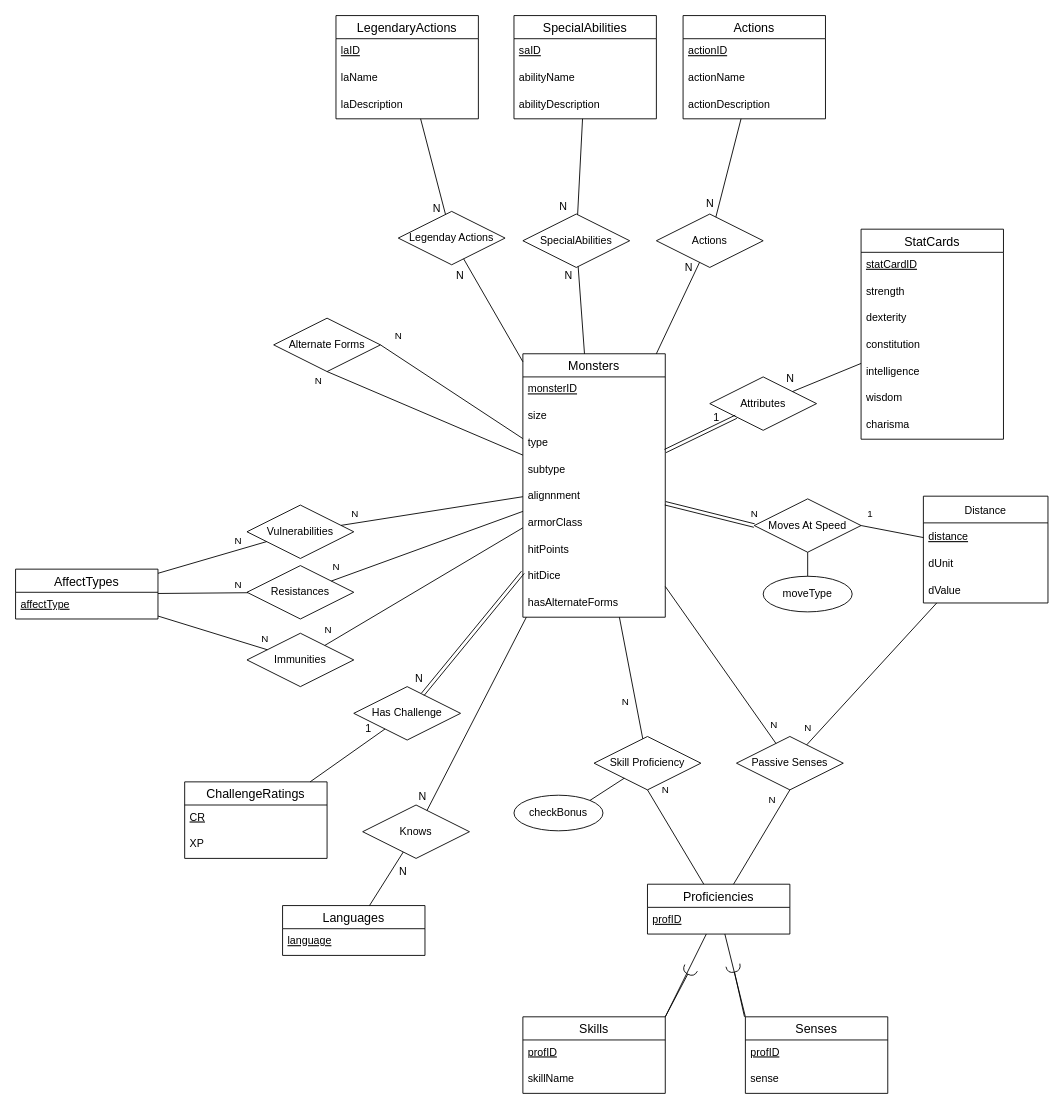
The draw.io diagram page "MonsterER" (2 of 2) of A6.drawio in JaysonMendoza/comp3005a6, before the edit. Source tidied: cells renumbered, new cells numbered last; positions are measured from the earlier drawing's top-left corner, leaving out a move shared by most shapes. Both pictures are drawn from the tidied source at 89%, with x=0, y=0 at pixel (15, 15).
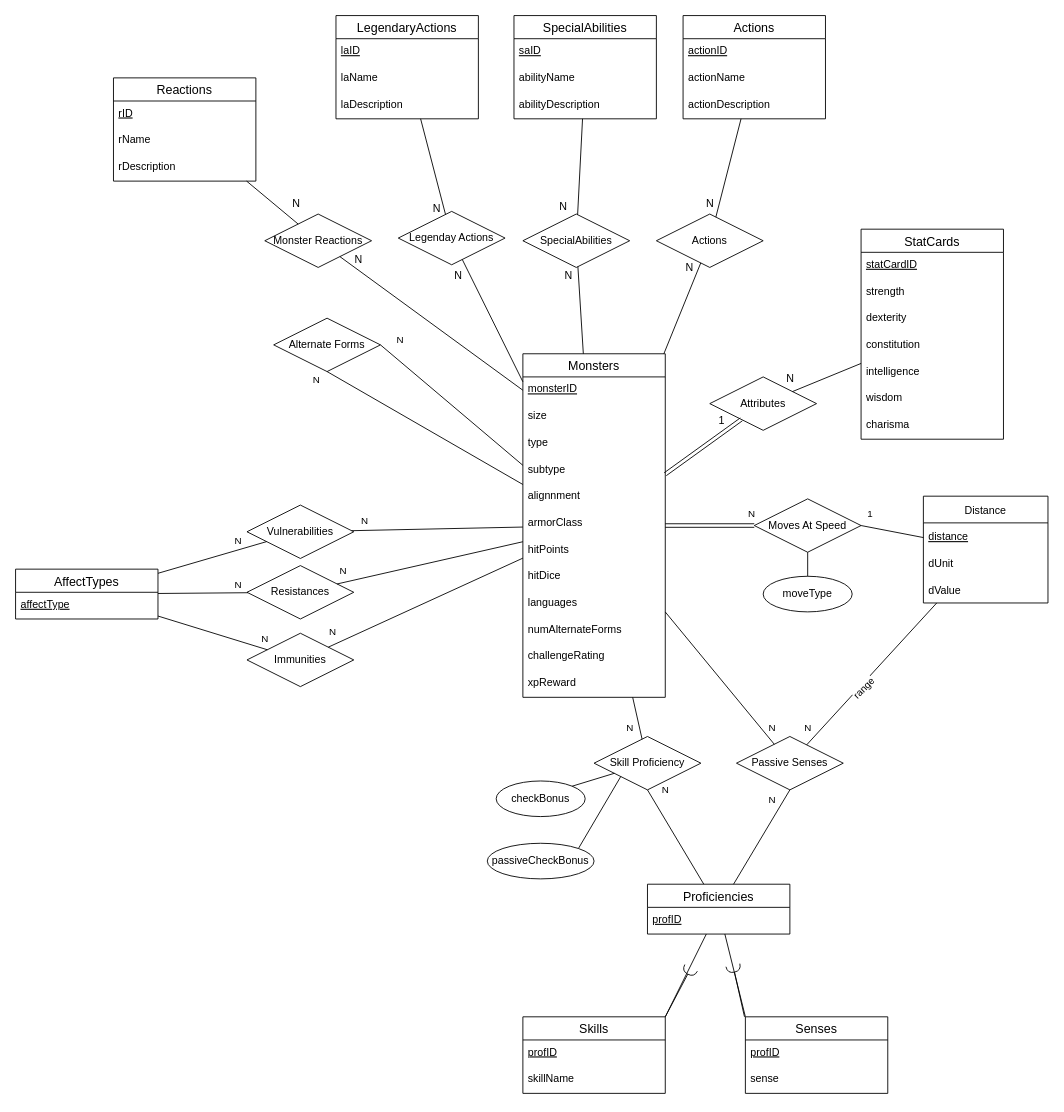
The same page after the edit.

The change refers to these unchanged cells:
```xml
<mxCell id="5" value="monsterID" style="text;strokeColor=none;fillColor=none;spacingLeft=4;spacingRight=4;overflow=hidden;points=[[0,0.5],[1,0.5]];portConstraint=eastwest;fontSize=12;fontStyle=4;" parent="4" vertex="1">
  <mxGeometry y="26" width="160" height="30" as="geometry" />
</mxCell>
<mxCell id="59" value="Skill Proficiency" style="shape=rhombus;perimeter=rhombusPerimeter;whiteSpace=wrap;html=1;align=center;" parent="1" vertex="1">
  <mxGeometry x="650" y="810" width="120" height="60" as="geometry" />
</mxCell>
<mxCell id="65" value="N" style="endArrow=none;html=1;rounded=0;" parent="1" edge="1" source="60" target="14">
  <mxGeometry x="-0.86" y="12" relative="1" as="geometry" />
</mxCell>
```

Diff of the diagram source:
```diff
@@
     <mxCell id="4" value="Monsters" style="swimlane;fontStyle=0;horizontal=1;startSize=26;align=center;fontSize=14;" parent="1" vertex="1">
-      <mxGeometry x="570" y="380" width="160" height="296" as="geometry" />
+      <mxGeometry x="570" y="380" width="160" height="386" as="geometry" />
     </mxCell>
@@
+    <mxCell id="112" value="languages" style="text;strokeColor=none;fillColor=none;spacingLeft=4;spacingRight=4;overflow=hidden;fontSize=12;" parent="4" vertex="1">
+      <mxGeometry y="266" width="160" height="30" as="geometry" />
+    </mxCell>
-    <mxCell id="13" value="hasAlternateForms" style="text;strokeColor=none;fillColor=none;spacingLeft=4;spacingRight=4;overflow=hidden;fontSize=12;" parent="4" vertex="1">
-      <mxGeometry y="266" width="160" height="30" as="geometry" />
+    <mxCell id="13" value="numAlternateForms" style="text;strokeColor=none;fillColor=none;spacingLeft=4;spacingRight=4;overflow=hidden;fontSize=12;" parent="4" vertex="1">
+      <mxGeometry y="296" width="160" height="30" as="geometry" />
     </mxCell>
+    <mxCell id="113" value="challengeRating" style="text;strokeColor=none;fillColor=none;spacingLeft=4;spacingRight=4;overflow=hidden;fontSize=12;" parent="4" vertex="1">
+      <mxGeometry y="326" width="160" height="30" as="geometry" />
+    </mxCell>
+    <mxCell id="114" value="xpReward" style="text;strokeColor=none;fillColor=none;spacingLeft=4;spacingRight=4;overflow=hidden;fontSize=12;" parent="4" vertex="1">
+      <mxGeometry y="356" width="160" height="30" as="geometry" />
+    </mxCell>
@@
-    <mxCell id="26" value="ChallengeRatings" style="swimlane;fontStyle=0;horizontal=1;startSize=26;align=center;fontSize=14;" parent="1" vertex="1">
-      <mxGeometry x="190" y="861" width="160" height="86" as="geometry" />
-    </mxCell>
-    <mxCell id="27" value="CR" style="text;strokeColor=none;fillColor=none;spacingLeft=4;spacingRight=4;overflow=hidden;fontSize=12;fontStyle=4;" parent="26" vertex="1">
-      <mxGeometry y="26" width="160" height="30" as="geometry" />
-    </mxCell>
-    <mxCell id="28" value="XP" style="text;strokeColor=none;fillColor=none;spacingLeft=4;spacingRight=4;overflow=hidden;fontSize=12;" parent="26" vertex="1">
-      <mxGeometry y="56" width="160" height="30" as="geometry" />
-    </mxCell>
@@
     <mxCell id="63" value="checkBonus" style="ellipse;whiteSpace=wrap;html=1;align=center;" parent="1" vertex="1">
-      <mxGeometry x="560" y="876" width="100" height="40" as="geometry" />
+      <mxGeometry x="540" y="860" width="100" height="40" as="geometry" />
     </mxCell>
@@
+    <mxCell id="115" value="range" style="edgeLabel;html=1;align=center;verticalAlign=middle;rotation=-45;" parent="65" vertex="1">
+      <mxGeometry x="-0.17" y="-4" relative="1" as="geometry" />
+    </mxCell>
@@
-    <mxCell id="77" value="Has Challenge" style="shape=rhombus;perimeter=rhombusPerimeter;whiteSpace=wrap;html=1;align=center;" parent="1" vertex="1">
-      <mxGeometry x="380" y="754" width="120" height="60" as="geometry" />
-    </mxCell>
-    <mxCell id="78" style="shape=link;html=1;rounded=0;startArrow=none;startFill=0;endArrow=classic;endFill=1;" parent="1" edge="1" source="4" target="77">
-      <mxGeometry relative="1" as="geometry" />
-    </mxCell>
-    <mxCell id="79" value="N" style="html=1;align=right;verticalAlign=bottom;" parent="78" vertex="1">
-      <mxGeometry x="1" relative="1" as="geometry">
-        <mxPoint y="-9" as="offset" />
-      </mxGeometry>
-    </mxCell>
-    <mxCell id="80" style="endArrow=none;html=1;rounded=0;" parent="1" edge="1" source="26" target="77">
-      <mxGeometry relative="1" as="geometry" />
-    </mxCell>
-    <mxCell id="81" value="1" style="html=1;align=right;verticalAlign=bottom;" parent="80" vertex="1">
-      <mxGeometry x="1" relative="1" as="geometry">
-        <mxPoint x="-15" y="8" as="offset" />
-      </mxGeometry>
-    </mxCell>
@@
-    <mxCell id="105" value="Languages" style="swimlane;fontStyle=0;horizontal=1;startSize=26;align=center;fontSize=14;" parent="1" vertex="1">
-      <mxGeometry x="300" y="1000" width="160" height="56" as="geometry" />
-    </mxCell>
-    <mxCell id="106" value="language" style="text;strokeColor=none;fillColor=none;spacingLeft=4;spacingRight=4;overflow=hidden;fontSize=12;fontStyle=4;" parent="105" vertex="1">
-      <mxGeometry y="26" width="160" height="30" as="geometry" />
-    </mxCell>
-    <mxCell id="107" value="Knows" style="shape=rhombus;perimeter=rhombusPerimeter;whiteSpace=wrap;html=1;align=center;" parent="1" vertex="1">
-      <mxGeometry x="390" y="887" width="120" height="60" as="geometry" />
-    </mxCell>
-    <mxCell id="108" style="endArrow=none;html=1;rounded=0;" parent="1" edge="1" source="4" target="107">
-      <mxGeometry relative="1" as="geometry" />
-    </mxCell>
-    <mxCell id="109" value="N" style="html=1;align=right;verticalAlign=bottom;" parent="108" vertex="1">
-      <mxGeometry x="1" relative="1" as="geometry">
-        <mxPoint y="-7" as="offset" />
-      </mxGeometry>
-    </mxCell>
-    <mxCell id="110" style="endArrow=none;html=1;rounded=0;" parent="1" edge="1" source="105" target="107">
-      <mxGeometry relative="1" as="geometry" />
-    </mxCell>
-    <mxCell id="111" value="N" style="html=1;align=right;verticalAlign=bottom;" parent="110" vertex="1">
-      <mxGeometry x="1" relative="1" as="geometry">
-        <mxPoint x="4" y="30" as="offset" />
-      </mxGeometry>
-    </mxCell>
+    <mxCell id="116" value="passiveCheckBonus" style="ellipse;whiteSpace=wrap;html=1;align=center;" parent="1" vertex="1">
+      <mxGeometry x="530" y="930" width="120" height="40" as="geometry" />
+    </mxCell>
+    <mxCell id="117" style="endArrow=none;html=1;rounded=0;entryX=1;entryY=0;entryDx=0;entryDy=0;exitX=0;exitY=1;exitDx=0;exitDy=0;" parent="1" edge="1" source="59" target="116">
+      <mxGeometry relative="1" as="geometry" />
+    </mxCell>
+    <mxCell id="118" value="Reactions" style="swimlane;fontStyle=0;horizontal=1;startSize=26;align=center;fontSize=14;" parent="1" vertex="1">
+      <mxGeometry x="110" y="70" width="160" height="116" as="geometry" />
+    </mxCell>
+    <mxCell id="119" value="rID" style="text;strokeColor=none;fillColor=none;spacingLeft=4;spacingRight=4;overflow=hidden;fontSize=12;fontStyle=4;" parent="118" vertex="1">
+      <mxGeometry y="26" width="160" height="30" as="geometry" />
+    </mxCell>
+    <mxCell id="120" value="rName" style="text;strokeColor=none;fillColor=none;spacingLeft=4;spacingRight=4;overflow=hidden;fontSize=12;" parent="118" vertex="1">
+      <mxGeometry y="56" width="160" height="30" as="geometry" />
+    </mxCell>
+    <mxCell id="121" value="rDescription" style="text;strokeColor=none;fillColor=none;spacingLeft=4;spacingRight=4;overflow=hidden;fontSize=12;" parent="118" vertex="1">
+      <mxGeometry y="86" width="160" height="30" as="geometry" />
+    </mxCell>
+    <mxCell id="122" value="Monster Reactions" style="shape=rhombus;perimeter=rhombusPerimeter;whiteSpace=wrap;html=1;align=center;" parent="1" vertex="1">
+      <mxGeometry x="280" y="223" width="120" height="60" as="geometry" />
+    </mxCell>
+    <mxCell id="123" style="endArrow=none;html=1;rounded=0;" parent="1" edge="1" source="118" target="122">
+      <mxGeometry relative="1" as="geometry" />
+    </mxCell>
+    <mxCell id="124" value="N" style="html=1;align=right;verticalAlign=bottom;" parent="123" vertex="1">
+      <mxGeometry x="1" relative="1" as="geometry">
+        <mxPoint x="3" y="-14" as="offset" />
+      </mxGeometry>
+    </mxCell>
+    <mxCell id="125" style="endArrow=none;html=1;rounded=0;exitX=0;exitY=0.5;exitDx=0;exitDy=0;" parent="1" edge="1" source="5" target="122">
+      <mxGeometry relative="1" as="geometry" />
+    </mxCell>
+    <mxCell id="126" value="N" style="html=1;align=right;verticalAlign=bottom;" parent="125" vertex="1">
+      <mxGeometry x="1" relative="1" as="geometry">
+        <mxPoint x="26" y="12" as="offset" />
+      </mxGeometry>
+    </mxCell>
```
